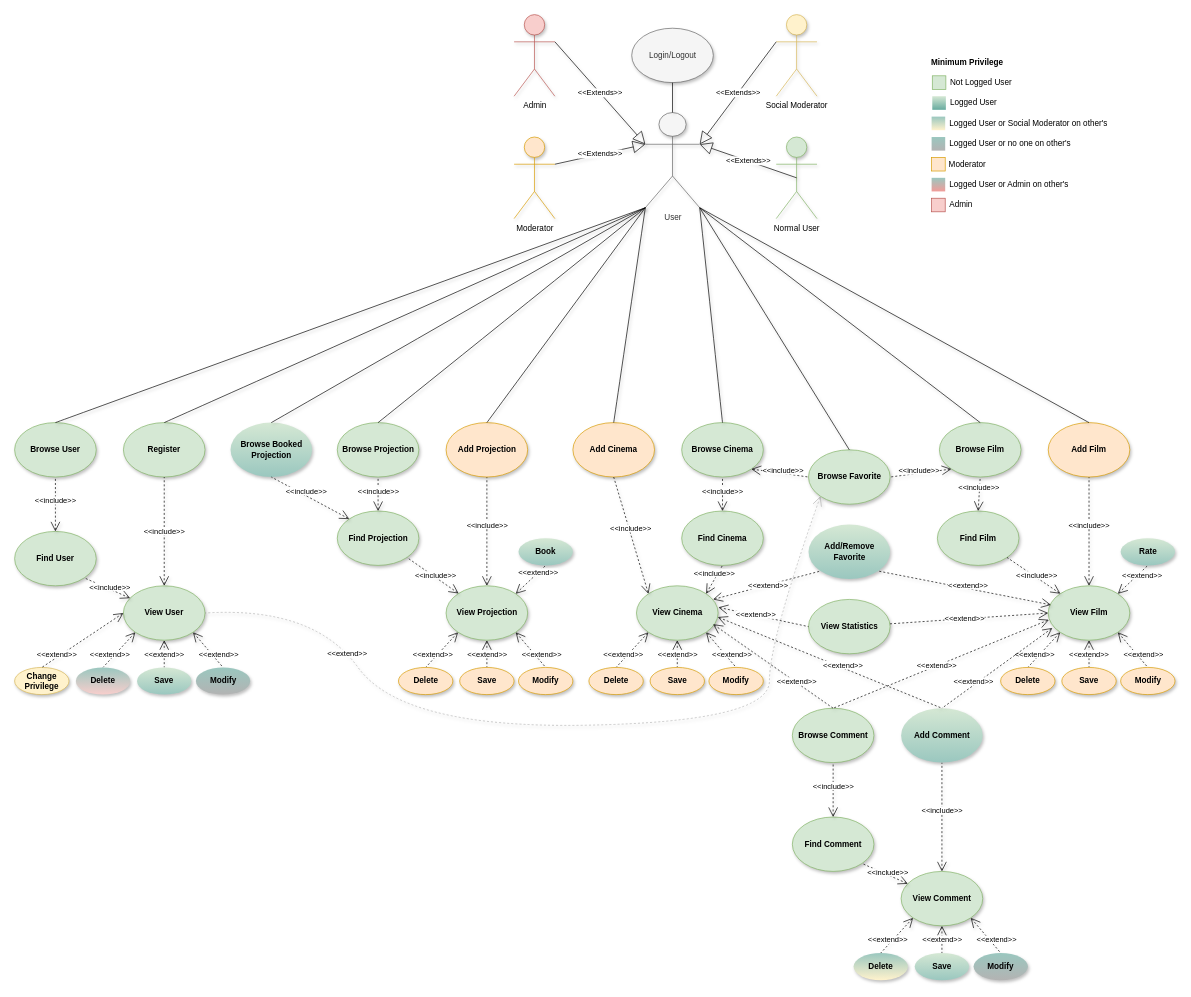
This is Task2/Documentation/Diagrams/Use Case.drawio from unipi-fr/LargeScaleMultiStructureDatabases, a draw.io file, before an edit. Source tidied: cells renumbered, new cells numbered last; positions are measured from the earlier drawing's top-left corner, leaving out a move shared by most shapes. Both pictures are drawn from the tidied source at 68%, with x=0, y=0 at pixel (14, 14).
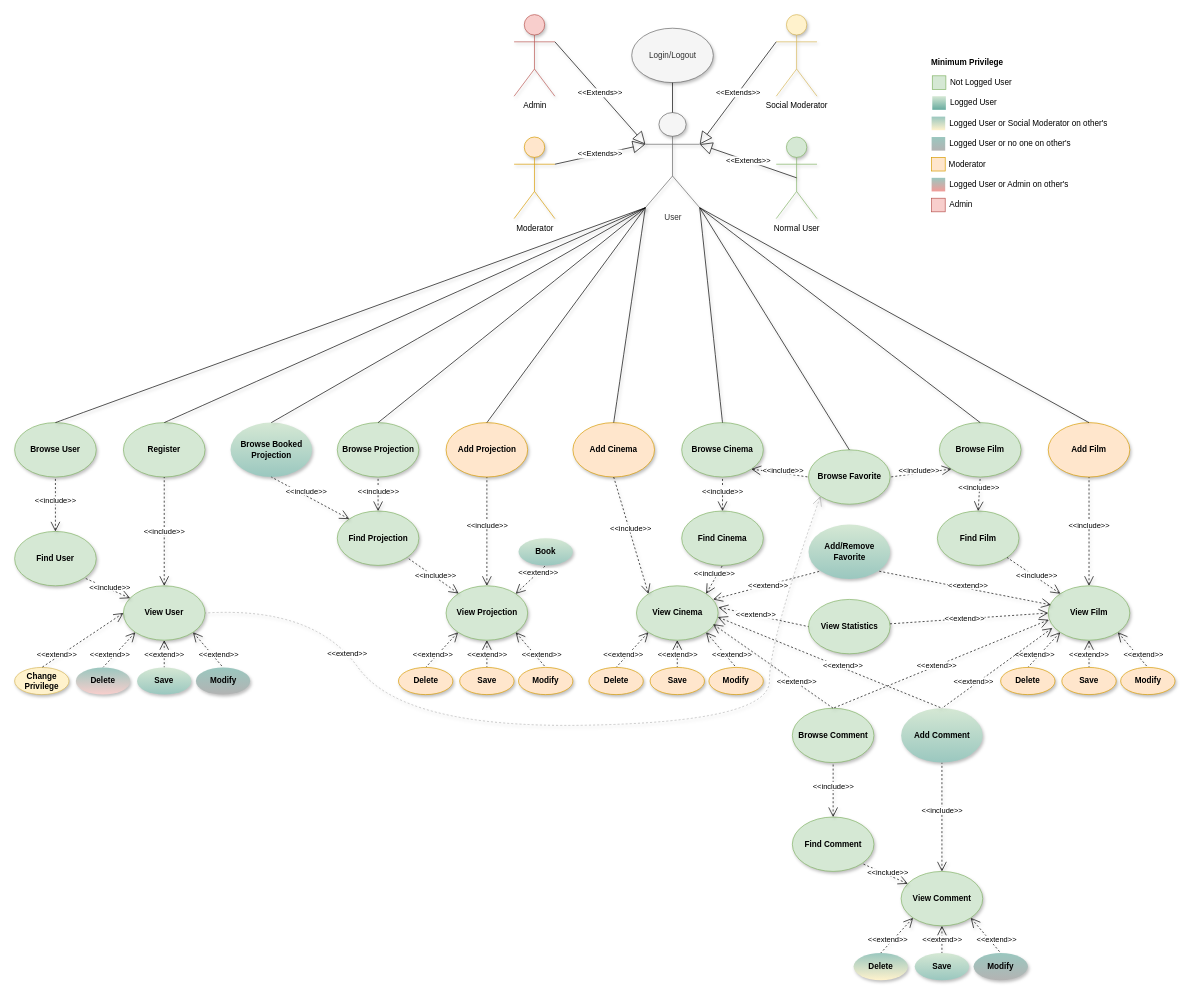
The same page after the edit.

The change refers to these unchanged cells:
```xml
<mxCell id="62" value="View Film" style="ellipse;whiteSpace=wrap;html=1;fontStyle=1;fillColor=#d5e8d4;strokeColor=#82b366;shadow=1;" parent="1" vertex="1">
  <mxGeometry x="1520" y="840" width="120" height="80" as="geometry" />
</mxCell>
```

What changed in the source:
```diff
@@
-    <mxCell id="115" value="&lt;span style=&quot;background-color: rgb(255 , 255 , 255)&quot;&gt;&amp;lt;&amp;lt;extend&amp;gt;&amp;gt;&lt;/span&gt;" style="edgeStyle=none;html=1;startArrow=open;endArrow=none;startSize=12;verticalAlign=bottom;dashed=1;labelBackgroundColor=none;entryX=0.5;entryY=1;entryDx=0;entryDy=0;exitX=1;exitY=0;exitDx=0;exitDy=0;shadow=1;" parent="1" edge="1" source="62" target="116">
-      <mxGeometry x="0.25" y="-11" relative="1" as="geometry" />
-    </mxCell>
-    <mxCell id="116" value="Rate" style="ellipse;whiteSpace=wrap;html=1;fontStyle=1;fillColor=#d5e8d4;strokeColor=none;shadow=1;gradientColor=#9AC7BF;" parent="1" vertex="1">
-      <mxGeometry x="1626.5" y="770" width="80" height="40" as="geometry" />
-    </mxCell>
```
